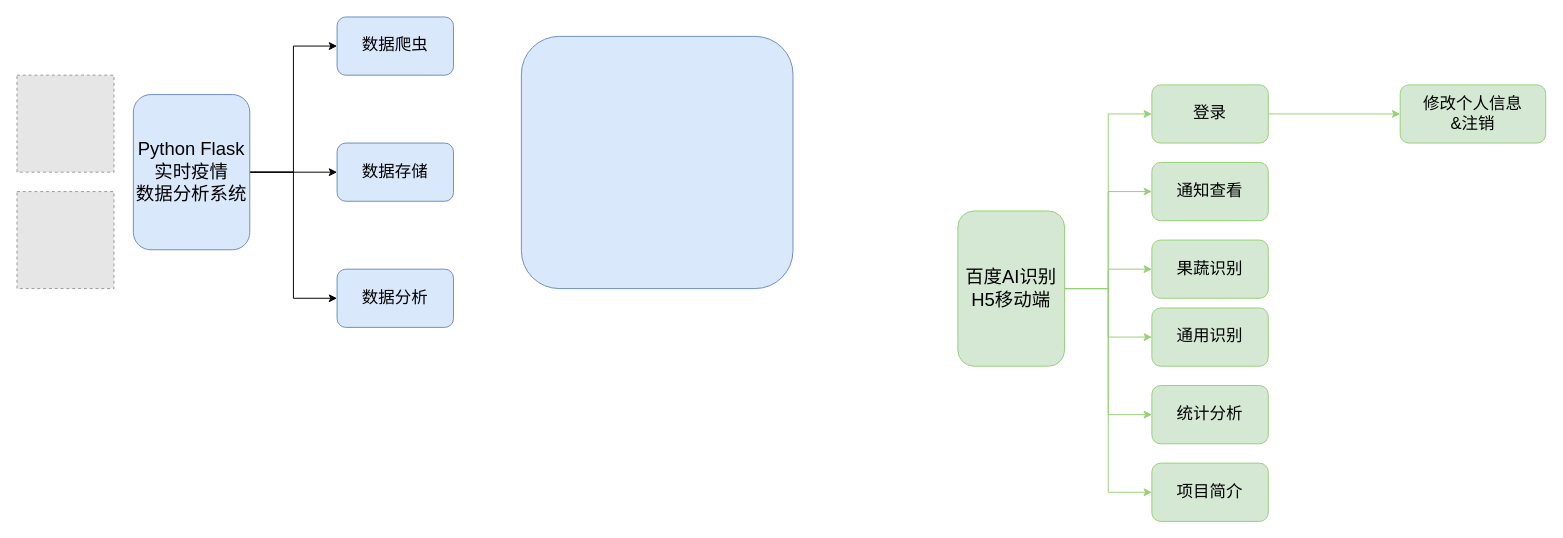
This is 疫情大数据-1.drawio from redcomet88/DRAW, a draw.io file, before an edit. Source tidied: cells renumbered, new cells numbered last; positions are measured from the earlier drawing's top-left corner, leaving out a move shared by most shapes. Both pictures are drawn from the tidied source at 97%, with x=0, y=0 at pixel (16, 16). Pictures stored in the file or linked from it are replaced by grey dashed boxes.
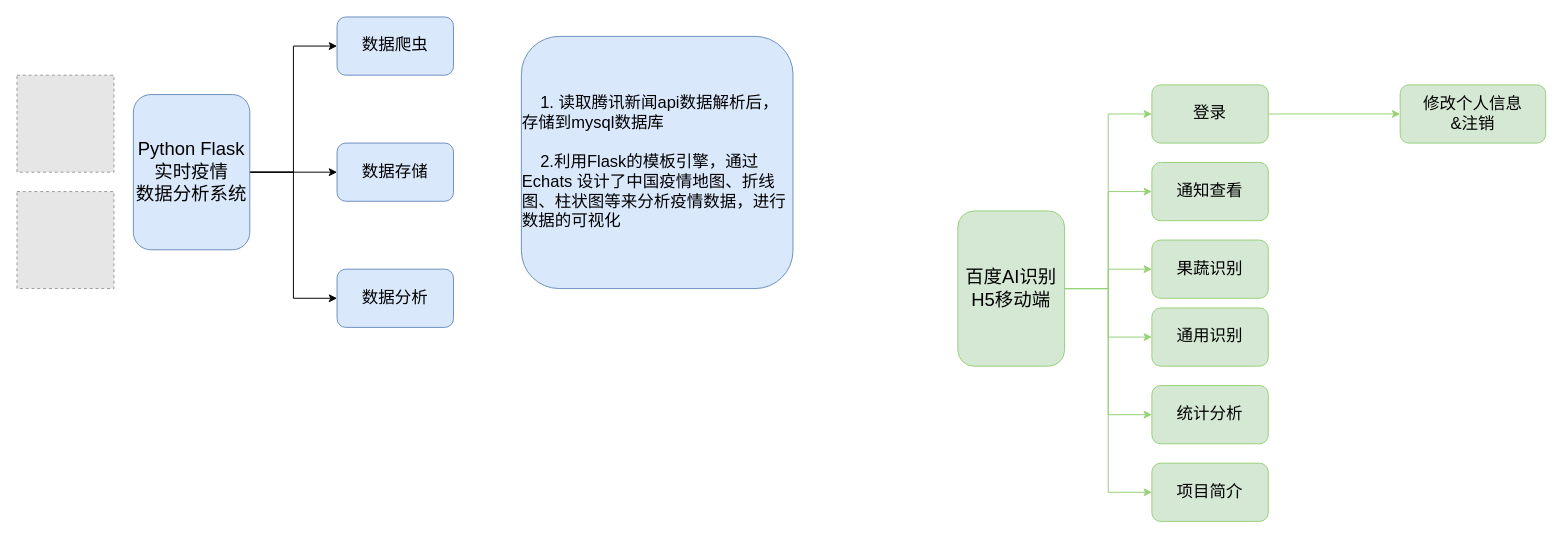
The same page after the edit.

Commit message:
Update 疫情大数据-1.drawio

The edit, as a diff of the source:
```diff
@@
-    <mxCell id="26" style="rounded=1;whiteSpace=wrap;html=1;fontSize=17;fillColor=#dae8fc;strokeColor=#6c8ebf;" parent="1" vertex="1">
+    <mxCell id="26" value="&lt;div style=&quot;text-align: left&quot;&gt;&lt;span&gt;&amp;nbsp; &amp;nbsp; 1. 读取腾讯新闻api数据解析后，存储到mysql数据库&lt;/span&gt;&lt;/div&gt;&lt;div style=&quot;text-align: left&quot;&gt;&lt;span&gt;&lt;br&gt;&lt;/span&gt;&lt;/div&gt;&lt;div style=&quot;text-align: left&quot;&gt;&lt;span&gt;&amp;nbsp; &amp;nbsp; 2.利用Flask的模板引擎，通过Echats 设计了中国疫情地图、折线图、柱状图等来分析疫情数据，进行数据的可视化&lt;/span&gt;&lt;/div&gt;" style="rounded=1;whiteSpace=wrap;html=1;fontSize=17;fillColor=#dae8fc;strokeColor=#6c8ebf;" parent="1" vertex="1">
       <mxGeometry x="520" y="20" width="280" height="260" as="geometry" />
     </mxCell>
```
